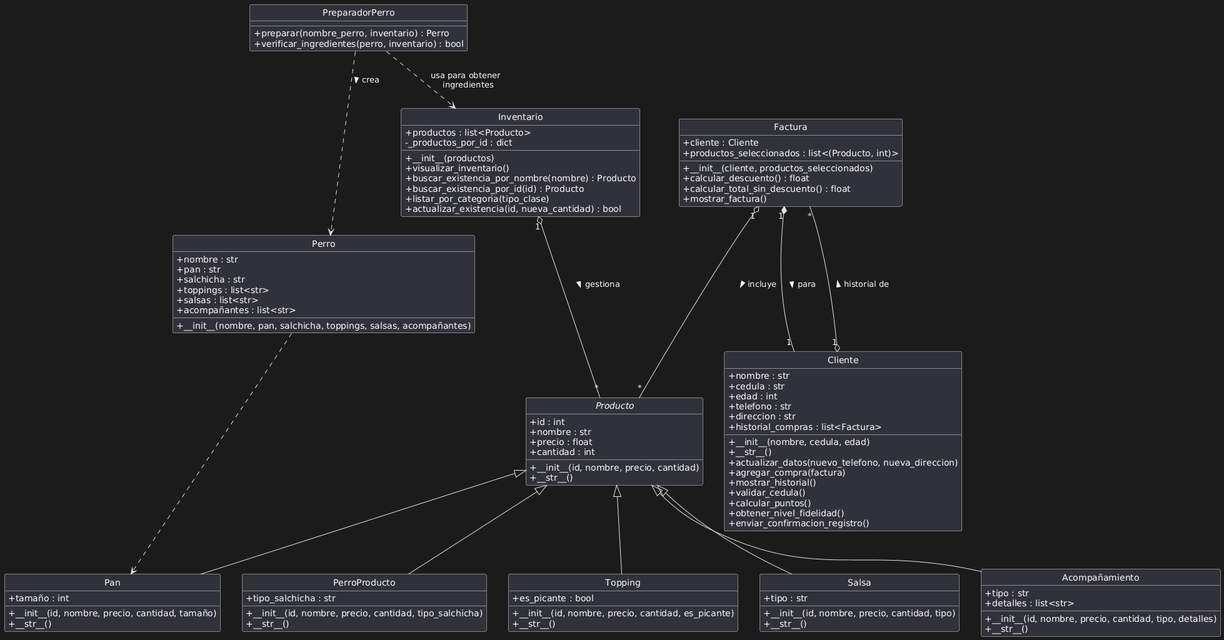
Above: DIAGRAMA DE CLASES.png in JP-1907/PROYECTO_ALGORITMOS (PlantUML), before the change.
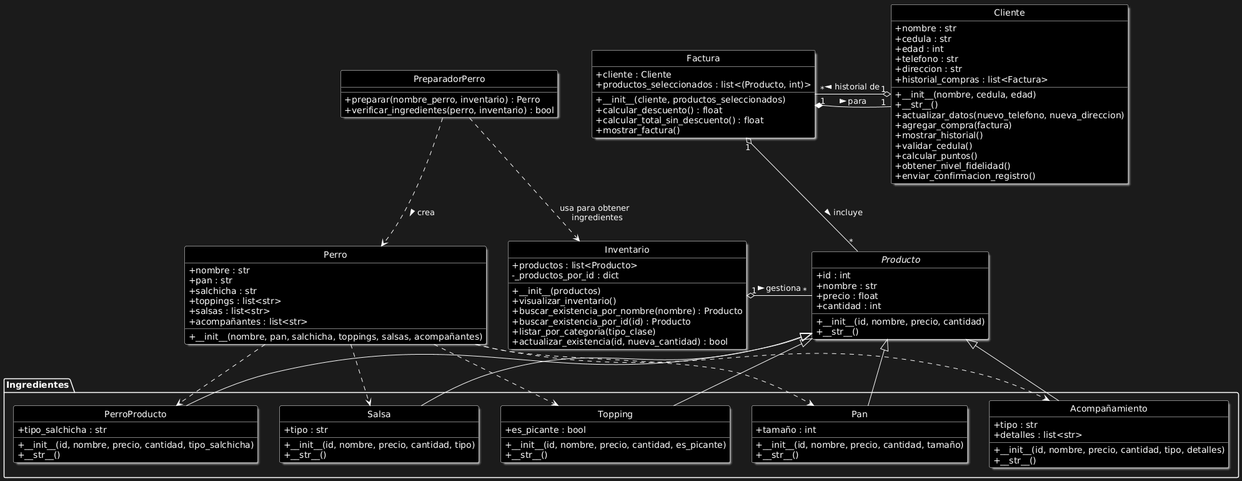
The same diagram one commit later.

What changed in the source:
```diff
@@ -1,6 +1,14 @@
 @startuml
 skinparam classAttributeIconSize 0
 hide circle
+skinparam defaultFontName Arial
+skinparam monochrome false
+skinparam shadowing true
+skinparam class {
+  BorderColor white
+  ArrowColor white
+  BackgroundColor black
+}
 
 abstract class Producto {
   + id : int
@@ -12,40 +20,42 @@
   + __str__()
 }
 
-class PerroProducto {
-  + tipo_salchicha : str
-  __
-  + __init__(id, nombre, precio, cantidad, tipo_salchicha)
-  + __str__()
-}
+package "Ingredientes" {
+  class PerroProducto {
+    + tipo_salchicha : str
+    __
+    + __init__(id, nombre, precio, cantidad, tipo_salchicha)
+    + __str__()
+  }
 
-class Pan {
-  + tamaño : int
-  __
-  + __init__(id, nombre, precio, cantidad, tamaño)
-  + __str__()
-}
+  class Pan {
+    + tamaño : int
+    __
+    + __init__(id, nombre, precio, cantidad, tamaño)
+    + __str__()
+  }
 
-class Topping {
-  + es_picante : bool
-  __
-  + __init__(id, nombre, precio, cantidad, es_picante)
-  + __str__()
-}
+  class Topping {
+    + es_picante : bool
+    __
+    + __init__(id, nombre, precio, cantidad, es_picante)
+    + __str__()
+  }
 
-class Salsa {
-  + tipo : str
-  __
-  + __init__(id, nombre, precio, cantidad, tipo)
-  + __str__()
-}
+  class Salsa {
+    + tipo : str
+    __
+    + __init__(id, nombre, precio, cantidad, tipo)
+    + __str__()
+  }
 
-class Acompañamiento {
-  + tipo : str
-  + detalles : list<str>
-  __
-  + __init__(id, nombre, precio, cantidad, tipo, detalles)
-  + __str__()
+  class Acompañamiento {
+    + tipo : str
+    + detalles : list<str>
+    __
+    + __init__(id, nombre, precio, cantidad, tipo, detalles)
+    + __str__()
+  }
 }
 
 Producto <|-- PerroProducto
@@ -73,17 +83,6 @@
   + enviar_confirmacion_registro()
 }
 
-class Perro {
-  + nombre : str
-  + pan : str
-  + salchicha : str
-  + toppings : list<str>
-  + salsas : list<str>
-  + acompañantes : list<str>
-  __
-  + __init__(nombre, pan, salchicha, toppings, salsas, acompañantes)
-}
-
 class Factura {
   + cliente : Cliente
   + productos_seleccionados : list<(Producto, int)>
@@ -106,10 +105,28 @@
   + actualizar_existencia(id, nueva_cantidad) : bool
 }
 
+class Perro {
+  + nombre : str
+  + pan : str
+  + salchicha : str
+  + toppings : list<str>
+  + salsas : list<str>
+  + acompañantes : list<str>
+  __
+  + __init__(nombre, pan, salchicha, toppings, salsas, acompañantes)
+}
+
 class PreparadorPerro {
   + preparar(nombre_perro, inventario) : Perro
   + verificar_ingredientes(perro, inventario) : bool
 }
+
+Cliente -[hidden]right-> Factura
+Factura -[hidden]down-> Inventario
+Inventario -[hidden]right-> Producto
+
+Perro -[hidden]up-> PreparadorPerro
+PreparadorPerro -[hidden]right-> Inventario
 
 
 Factura "1" *-- "1" Cliente : para >
@@ -124,4 +141,8 @@
 PreparadorPerro ..> Perro : crea >
 
 Perro ..> Pan
+Perro ..> PerroProducto
+Perro ..> Topping
+Perro ..> Salsa
+Perro ..> Acompañamiento
 @enduml
```
